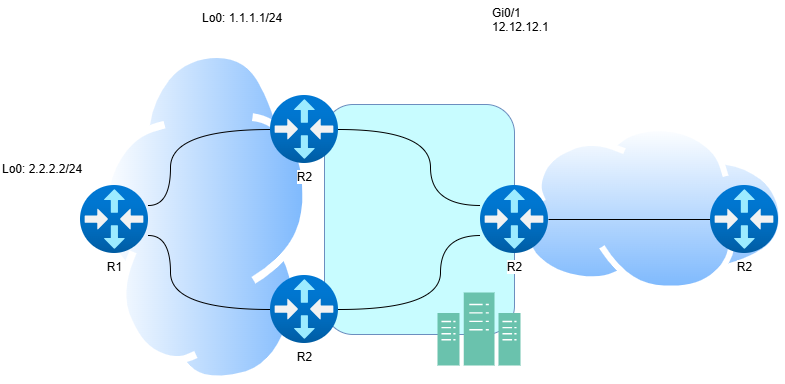
autonetops/lab_topologies keeps this draw.io diagram as drawio/ospf-type7-to-type5.png. Above is the earlier version. Source tidied: cells renumbered, new cells last; positions are measured from the earlier drawing's top-left corner, leaving out a move shared by most shapes.
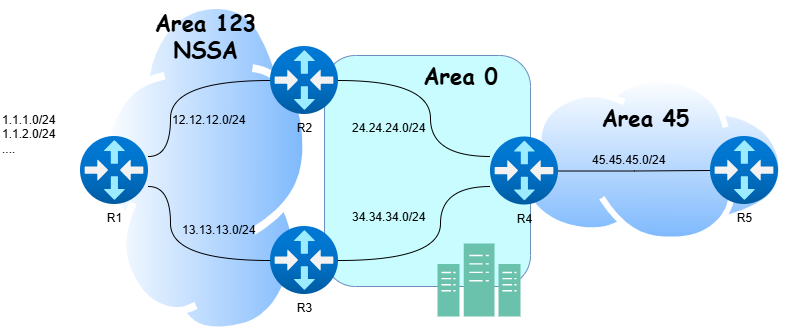
Later version of the same file.

The edit, as a diff of the source:
```diff
@@ -6,7 +6,7 @@
       <mxGeometry x="520" y="126" width="264.7" height="166.8" as="geometry" />
     </mxCell>
     <mxCell id="3" style="rounded=1;whiteSpace=wrap;html=1;fillColor=#C8FCFF;strokeColor=#6c8ebf;" parent="1" vertex="1">
-      <mxGeometry x="324" y="105" width="190" height="230" as="geometry" />
+      <mxGeometry x="324" y="105" width="206" height="231" as="geometry" />
     </mxCell>
     <mxCell id="4" style="image;perimeter=ellipsePerimeter;html=1;align=center;shadow=0;dashed=0;spacingTop=3;image=img/lib/active_directory/internet_cloud.svg;direction=north;" parent="1" vertex="1">
       <mxGeometry x="100" y="50.2" width="210" height="333.3" as="geometry" />
@@ -30,18 +30,15 @@
         </Array>
       </mxGeometry>
     </mxCell>
-    <mxCell id="8" value="&lt;span style=&quot;text-wrap-mode: wrap;&quot;&gt;R2&lt;/span&gt;&lt;br style=&quot;text-wrap-mode: wrap;&quot;&gt;" style="image;html=1;points=[];align=center;fontSize=12;image=img/lib/azure2/networking/Virtual_Router.svg;fontColor=light-dark(#000000,#000000);labelBackgroundColor=light-dark(#FFFFFF,#FBFBFB);" parent="1" vertex="1">
+    <mxCell id="8" value="&lt;span style=&quot;text-wrap-mode: wrap;&quot;&gt;R2&lt;/span&gt;&lt;br style=&quot;text-wrap-mode: wrap;&quot;&gt;" style="image;html=1;points=[];align=center;fontSize=12;image=img/lib/azure2/networking/Virtual_Router.svg;fontColor=light-dark(#000000,#000000);labelBackgroundColor=none;" parent="1" vertex="1">
       <mxGeometry x="270" y="96" width="68" height="68" as="geometry" />
     </mxCell>
-    <mxCell id="9" value="&lt;span style=&quot;forced-color-adjust: none; font-family: Helvetica; font-size: 12px; font-style: normal; font-variant-ligatures: normal; font-variant-caps: normal; font-weight: 400; letter-spacing: normal; orphans: 2; text-align: center; text-indent: 0px; text-transform: none; widows: 2; word-spacing: 0px; -webkit-text-stroke-width: 0px; white-space: normal; text-decoration-thickness: initial; text-decoration-style: initial; text-decoration-color: initial; box-shadow: none !important;&quot;&gt;Lo0: 2.2.2.2/24&lt;/span&gt;" style="text;whiteSpace=wrap;html=1;fontColor=light-dark(#000000,#000000);labelBackgroundColor=none;" parent="1" vertex="1">
+    <mxCell id="9" value="&lt;span style=&quot;forced-color-adjust: none; font-family: Helvetica; font-size: 12px; font-style: normal; font-variant-ligatures: normal; font-variant-caps: normal; font-weight: 400; letter-spacing: normal; orphans: 2; text-align: center; text-indent: 0px; text-transform: none; widows: 2; word-spacing: 0px; -webkit-text-stroke-width: 0px; white-space: normal; text-decoration-thickness: initial; text-decoration-style: initial; text-decoration-color: initial; box-shadow: none !important;&quot;&gt;1.1.1.0/24&lt;/span&gt;&lt;div&gt;&lt;span style=&quot;forced-color-adjust: none; font-family: Helvetica; font-size: 12px; font-style: normal; font-variant-ligatures: normal; font-variant-caps: normal; font-weight: 400; letter-spacing: normal; orphans: 2; text-align: center; text-indent: 0px; text-transform: none; widows: 2; word-spacing: 0px; -webkit-text-stroke-width: 0px; white-space: normal; text-decoration-thickness: initial; text-decoration-style: initial; text-decoration-color: initial; box-shadow: none !important;&quot;&gt;1.1.2.0/24&lt;/span&gt;&lt;/div&gt;&lt;div&gt;&lt;span style=&quot;forced-color-adjust: none; font-family: Helvetica; font-size: 12px; font-style: normal; font-variant-ligatures: normal; font-variant-caps: normal; font-weight: 400; letter-spacing: normal; orphans: 2; text-align: center; text-indent: 0px; text-transform: none; widows: 2; word-spacing: 0px; -webkit-text-stroke-width: 0px; white-space: normal; text-decoration-thickness: initial; text-decoration-style: initial; text-decoration-color: initial; box-shadow: none !important;&quot;&gt;....&lt;/span&gt;&lt;/div&gt;" style="text;whiteSpace=wrap;html=1;fontColor=light-dark(#000000,#000000);labelBackgroundColor=none;" parent="1" vertex="1">
       <mxGeometry y="156" width="110" height="40" as="geometry" />
     </mxCell>
-    <mxCell id="10" value="&lt;span style=&quot;forced-color-adjust: none; font-family: Helvetica; font-size: 12px; font-style: normal; font-variant-ligatures: normal; font-variant-caps: normal; font-weight: 400; letter-spacing: normal; orphans: 2; text-align: center; text-indent: 0px; text-transform: none; widows: 2; word-spacing: 0px; -webkit-text-stroke-width: 0px; white-space: normal; text-decoration-thickness: initial; text-decoration-style: initial; text-decoration-color: initial; box-shadow: none !important;&quot;&gt;Lo0: 1.1.1.1/24&lt;/span&gt;" style="text;whiteSpace=wrap;html=1;fontColor=light-dark(#000000,#000000);labelBackgroundColor=none;" parent="1" vertex="1">
-      <mxGeometry x="200" y="5.2" width="110" height="40" as="geometry" />
+    <mxCell id="10" value="&lt;span style=&quot;forced-color-adjust: none; font-family: Helvetica; font-size: 12px; font-style: normal; font-variant-ligatures: normal; font-variant-caps: normal; font-weight: 400; letter-spacing: normal; orphans: 2; text-align: center; text-indent: 0px; text-transform: none; widows: 2; word-spacing: 0px; -webkit-text-stroke-width: 0px; white-space: normal; text-decoration-thickness: initial; text-decoration-style: initial; text-decoration-color: initial; box-shadow: none !important;&quot;&gt;12.12.12.0/24&lt;/span&gt;" style="text;whiteSpace=wrap;html=1;fontColor=light-dark(#000000,#000000);labelBackgroundColor=none;" parent="1" vertex="1">
+      <mxGeometry x="170" y="156" width="110" height="40" as="geometry" />
     </mxCell>
-    <mxCell id="11" value="&lt;span style=&quot;font-family: Helvetica; font-size: 12px; font-style: normal; font-variant-ligatures: normal; font-variant-caps: normal; font-weight: 400; letter-spacing: normal; orphans: 2; text-align: center; text-indent: 0px; text-transform: none; widows: 2; word-spacing: 0px; -webkit-text-stroke-width: 0px; white-space: nowrap; text-decoration-thickness: initial; text-decoration-style: initial; text-decoration-color: initial; float: none; display: inline !important;&quot;&gt;Gi0/1&lt;/span&gt;&lt;div style=&quot;forced-color-adjust: none; font-family: Helvetica; font-size: 12px; font-style: normal; font-variant-ligatures: normal; font-variant-caps: normal; font-weight: 400; letter-spacing: normal; orphans: 2; text-align: center; text-indent: 0px; text-transform: none; widows: 2; word-spacing: 0px; -webkit-text-stroke-width: 0px; white-space: nowrap; text-decoration-thickness: initial; text-decoration-style: initial; text-decoration-color: initial; box-shadow: none !important;&quot;&gt;12.12.12.1&lt;/div&gt;" style="text;whiteSpace=wrap;html=1;fontColor=light-dark(#000000,#000000);labelBackgroundColor=light-dark(#FFFFFF,#FBFBFB);" parent="1" vertex="1">
-      <mxGeometry x="490" y="0.2" width="110" height="50" as="geometry" />
-    </mxCell>
     <mxCell id="12" style="edgeStyle=orthogonalEdgeStyle;rounded=0;jettySize=auto;html=1;endArrow=none;startFill=0;curved=1;" parent="1" edge="1" source="14" target="16">
       <mxGeometry relative="1" as="geometry">
         <Array as="points">
@@ -58,20 +55,41 @@
         </Array>
       </mxGeometry>
     </mxCell>
-    <mxCell id="14" value="&lt;span style=&quot;text-wrap-mode: wrap;&quot;&gt;R2&lt;/span&gt;&lt;br style=&quot;text-wrap-mode: wrap;&quot;&gt;" style="image;html=1;points=[];align=center;fontSize=12;image=img/lib/azure2/networking/Virtual_Router.svg;fontColor=light-dark(#000000,#000000);labelBackgroundColor=light-dark(#FFFFFF,#FBFBFB);" parent="1" vertex="1">
+    <mxCell id="14" value="&lt;span style=&quot;text-wrap-mode: wrap;&quot;&gt;R3&lt;/span&gt;" style="image;html=1;points=[];align=center;fontSize=12;image=img/lib/azure2/networking/Virtual_Router.svg;fontColor=light-dark(#000000,#000000);labelBackgroundColor=light-dark(#FFFFFF,#FBFBFB);" parent="1" vertex="1">
       <mxGeometry x="270" y="276" width="68" height="68" as="geometry" />
     </mxCell>
     <mxCell id="15" style="edgeStyle=orthogonalEdgeStyle;rounded=0;jettySize=auto;html=1;endArrow=none;startFill=0;" parent="1" edge="1" source="16" target="17">
       <mxGeometry relative="1" as="geometry" />
     </mxCell>
-    <mxCell id="16" value="&lt;span style=&quot;text-wrap-mode: wrap;&quot;&gt;R2&lt;/span&gt;&lt;br style=&quot;text-wrap-mode: wrap;&quot;&gt;" style="image;html=1;points=[];align=center;fontSize=12;image=img/lib/azure2/networking/Virtual_Router.svg;fontColor=light-dark(#000000,#000000);labelBackgroundColor=light-dark(#FFFFFF,#FBFBFB);" parent="1" vertex="1">
-      <mxGeometry x="480" y="186" width="68" height="68" as="geometry" />
+    <mxCell id="16" value="&lt;span style=&quot;text-wrap-mode: wrap;&quot;&gt;R4&lt;/span&gt;" style="image;html=1;points=[];align=center;fontSize=12;image=img/lib/azure2/networking/Virtual_Router.svg;fontColor=light-dark(#000000,#000000);labelBackgroundColor=none;" parent="1" vertex="1">
+      <mxGeometry x="490" y="186.5" width="68" height="68" as="geometry" />
     </mxCell>
-    <mxCell id="17" value="&lt;span style=&quot;text-wrap-mode: wrap;&quot;&gt;R2&lt;/span&gt;&lt;br style=&quot;text-wrap-mode: wrap;&quot;&gt;" style="image;html=1;points=[];align=center;fontSize=12;image=img/lib/azure2/networking/Virtual_Router.svg;fontColor=light-dark(#000000,#000000);labelBackgroundColor=light-dark(#FFFFFF,#FBFBFB);" parent="1" vertex="1">
+    <mxCell id="17" value="&lt;span style=&quot;text-wrap-mode: wrap;&quot;&gt;R5&lt;/span&gt;&lt;br style=&quot;text-wrap-mode: wrap;&quot;&gt;&lt;div&gt;&lt;span style=&quot;text-wrap-mode: wrap;&quot;&gt;&lt;br&gt;&lt;/span&gt;&lt;/div&gt;" style="image;html=1;points=[];align=center;fontSize=12;image=img/lib/azure2/networking/Virtual_Router.svg;fontColor=light-dark(#000000,#000000);labelBackgroundColor=light-dark(#FFFFFF,#FBFBFB);" parent="1" vertex="1">
       <mxGeometry x="710" y="186" width="68" height="68" as="geometry" />
     </mxCell>
     <mxCell id="18" style="sketch=0;shadow=0;dashed=0;html=1;strokeColor=#82b366;fillColor=#6AC2AD;labelPosition=center;verticalLabelPosition=bottom;verticalAlign=top;align=center;shape=mxgraph.veeam2.datacenter;" parent="1" vertex="1">
       <mxGeometry x="437" y="293" width="83" height="73" as="geometry" />
     </mxCell>
+    <mxCell id="19" value="Area 0" style="text;html=1;align=center;verticalAlign=middle;strokeColor=none;fillColor=none;fontFamily=Comic Sans MS;fontStyle=1;fontSize=22;" parent="1" vertex="1">
+      <mxGeometry x="415" y="105" width="90" height="40" as="geometry" />
+    </mxCell>
+    <mxCell id="20" value="&lt;span style=&quot;forced-color-adjust: none; font-family: Helvetica; font-size: 12px; font-style: normal; font-variant-ligatures: normal; font-variant-caps: normal; font-weight: 400; letter-spacing: normal; orphans: 2; text-align: center; text-indent: 0px; text-transform: none; widows: 2; word-spacing: 0px; -webkit-text-stroke-width: 0px; white-space: normal; text-decoration-thickness: initial; text-decoration-style: initial; text-decoration-color: initial; box-shadow: none !important;&quot;&gt;13.13.13.0/24&lt;/span&gt;" style="text;whiteSpace=wrap;html=1;fontColor=light-dark(#000000,#000000);labelBackgroundColor=none;" parent="1" vertex="1">
+      <mxGeometry x="180" y="266" width="110" height="40" as="geometry" />
+    </mxCell>
+    <mxCell id="21" value="&lt;span style=&quot;forced-color-adjust: none; font-family: Helvetica; font-size: 12px; font-style: normal; font-variant-ligatures: normal; font-variant-caps: normal; font-weight: 400; letter-spacing: normal; orphans: 2; text-align: center; text-indent: 0px; text-transform: none; widows: 2; word-spacing: 0px; -webkit-text-stroke-width: 0px; white-space: normal; text-decoration-thickness: initial; text-decoration-style: initial; text-decoration-color: initial; box-shadow: none !important;&quot;&gt;24.24.24.0/24&lt;/span&gt;" style="text;whiteSpace=wrap;html=1;fontColor=light-dark(#000000,#000000);labelBackgroundColor=none;" parent="1" vertex="1">
+      <mxGeometry x="350" y="164" width="110" height="40" as="geometry" />
+    </mxCell>
+    <mxCell id="22" value="&lt;span style=&quot;forced-color-adjust: none; font-family: Helvetica; font-size: 12px; font-style: normal; font-variant-ligatures: normal; font-variant-caps: normal; font-weight: 400; letter-spacing: normal; orphans: 2; text-align: center; text-indent: 0px; text-transform: none; widows: 2; word-spacing: 0px; -webkit-text-stroke-width: 0px; white-space: normal; text-decoration-thickness: initial; text-decoration-style: initial; text-decoration-color: initial; box-shadow: none !important;&quot;&gt;34.34.34.0/24&lt;/span&gt;" style="text;whiteSpace=wrap;html=1;fontColor=light-dark(#000000,#000000);labelBackgroundColor=none;" parent="1" vertex="1">
+      <mxGeometry x="350" y="252.8" width="110" height="40" as="geometry" />
+    </mxCell>
+    <mxCell id="23" value="&lt;span style=&quot;forced-color-adjust: none; font-family: Helvetica; font-size: 12px; font-style: normal; font-variant-ligatures: normal; font-variant-caps: normal; font-weight: 400; letter-spacing: normal; orphans: 2; text-align: center; text-indent: 0px; text-transform: none; widows: 2; word-spacing: 0px; -webkit-text-stroke-width: 0px; white-space: normal; text-decoration-thickness: initial; text-decoration-style: initial; text-decoration-color: initial; box-shadow: none !important;&quot;&gt;45.45.45.0/24&lt;/span&gt;" style="text;whiteSpace=wrap;html=1;fontColor=light-dark(#000000,#000000);labelBackgroundColor=none;" parent="1" vertex="1">
+      <mxGeometry x="590" y="196" width="110" height="40" as="geometry" />
+    </mxCell>
+    <mxCell id="24" value="Area 45" style="text;html=1;align=center;verticalAlign=middle;strokeColor=none;fillColor=none;fontFamily=Comic Sans MS;fontStyle=1;fontSize=22;" parent="1" vertex="1">
+      <mxGeometry x="590" y="146.5" width="110" height="40" as="geometry" />
+    </mxCell>
+    <mxCell id="25" value="Area 123&lt;div&gt;NSSA&lt;/div&gt;" style="text;html=1;align=center;verticalAlign=middle;strokeColor=none;fillColor=none;fontFamily=Comic Sans MS;fontStyle=1;fontSize=22;" parent="1" vertex="1">
+      <mxGeometry x="145" y="50" width="120" height="70" as="geometry" />
+    </mxCell>
   </root>
 </mxGraphModel>
```
